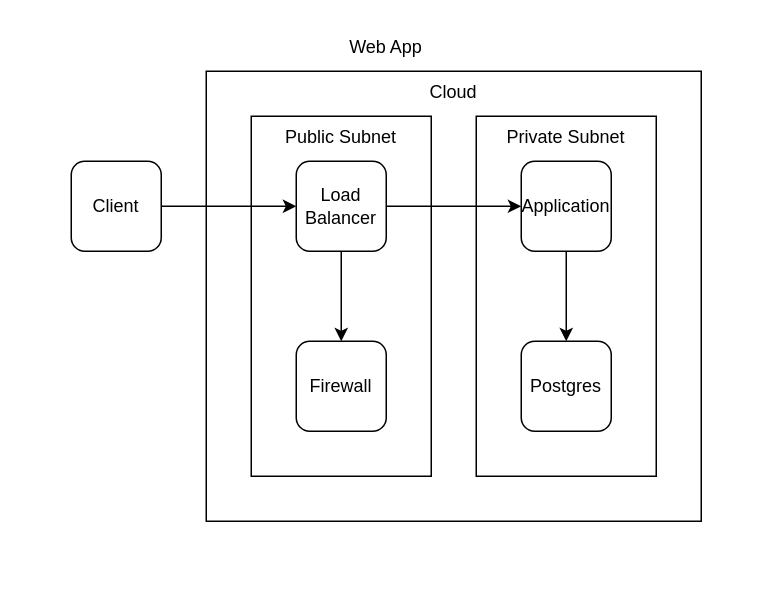
The draw.io diagram examples/web/1-shape/output/another-app.drawio in dinghydev/dinghy, before the edit. Source tidied: cells renumbered, new cells numbered last; positions are measured from the earlier drawing's top-left corner, leaving out a move shared by most shapes. Both pictures are drawn from the tidied source at 150%, with x=0, y=0 at pixel (26, 26).
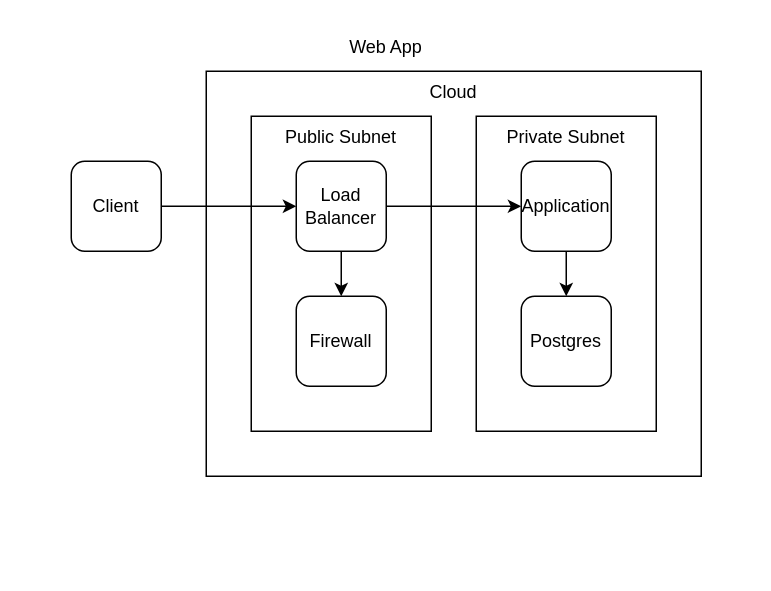
The same diagram, later.

The change refers to these unchanged cells:
```xml
<mxCell id="3" value="Client" style="rounded=1;whiteSpace=wrap;verticalAlign=middle;align=center;" parent="2" vertex="1">
  <mxGeometry x="30" y="90" width="60" height="60" as="geometry" />
</mxCell>
<mxCell id="6" value="Load Balancer" style="rounded=1;whiteSpace=wrap;verticalAlign=middle;align=center;" parent="5" vertex="1">
  <mxGeometry x="30" y="30" width="60" height="60" as="geometry" />
</mxCell>
<mxCell id="9" value="Application" style="rounded=1;whiteSpace=wrap;verticalAlign=middle;align=center;" parent="8" vertex="1">
  <mxGeometry x="30" y="30" width="60" height="60" as="geometry" />
</mxCell>
```

Change to the diagram source:
```diff
@@
     <mxCell id="2" value="Web App" style="align=center;strokeColor=none;verticalAlign=top;" parent="1" vertex="1">
-      <mxGeometry width="480" height="360" as="geometry" />
+      <mxGeometry width="480" height="330" as="geometry" />
     </mxCell>
@@
     <mxCell id="4" value="Cloud" style="align=center;spacingLeft=5;spacingRight=5;spacingBottom=5;verticalAlign=top;" parent="2" vertex="1">
-      <mxGeometry x="120" y="30" width="330" height="300" as="geometry" />
+      <mxGeometry x="120" y="30" width="330" height="270" as="geometry" />
     </mxCell>
     <mxCell id="5" value="Public Subnet" style="align=center;spacingLeft=5;spacingRight=5;spacingBottom=5;verticalAlign=top;" parent="4" vertex="1">
-      <mxGeometry x="30" y="30" width="120" height="240" as="geometry" />
+      <mxGeometry x="30" y="30" width="120" height="210" as="geometry" />
     </mxCell>
@@
     <mxCell id="7" value="Firewall" style="rounded=1;whiteSpace=wrap;verticalAlign=middle;align=center;" parent="5" vertex="1">
-      <mxGeometry x="30" y="150" width="60" height="60" as="geometry" />
+      <mxGeometry x="30" y="120" width="60" height="60" as="geometry" />
     </mxCell>
     <mxCell id="8" value="Private Subnet" style="align=center;spacingLeft=5;spacingRight=5;spacingBottom=5;verticalAlign=top;" parent="4" vertex="1">
-      <mxGeometry x="180" y="30" width="120" height="240" as="geometry" />
+      <mxGeometry x="180" y="30" width="120" height="210" as="geometry" />
     </mxCell>
@@
     <mxCell id="10" value="Postgres" style="rounded=1;whiteSpace=wrap;verticalAlign=middle;align=center;" parent="8" vertex="1">
-      <mxGeometry x="30" y="150" width="60" height="60" as="geometry" />
+      <mxGeometry x="30" y="120" width="60" height="60" as="geometry" />
     </mxCell>
-    <mxCell id="11" style="edgeStyle=orthogonalEdgeStyle;rounded=1;jettySize=auto;html=1;" parent="1" edge="1" source="3" target="6">
+    <mxCell id="11" style="rounded=1;jettySize=auto;html=1;edgeStyle=orthogonalEdgeStyle;" parent="1" edge="1" source="3" target="6">
       <mxGeometry relative="1" as="geometry">
         <Array as="points">
           <mxPoint x="135" y="120" />
           <mxPoint x="135" y="120" />
         </Array>
       </mxGeometry>
     </mxCell>
-    <mxCell id="12" style="edgeStyle=orthogonalEdgeStyle;rounded=1;jettySize=auto;html=1;" parent="1" edge="1" source="6" target="9">
+    <mxCell id="12" style="rounded=1;jettySize=auto;html=1;edgeStyle=orthogonalEdgeStyle;" parent="1" edge="1" source="6" target="9">
       <mxGeometry relative="1" as="geometry">
         <Array as="points">
           <mxPoint x="285" y="120" />
           <mxPoint x="285" y="120" />
         </Array>
       </mxGeometry>
     </mxCell>
-    <mxCell id="13" style="edgeStyle=orthogonalEdgeStyle;rounded=1;jettySize=auto;html=1;" parent="1" edge="1" source="6" target="7">
+    <mxCell id="13" style="rounded=1;jettySize=auto;html=1;edgeStyle=orthogonalEdgeStyle;" parent="1" edge="1" source="6" target="7">
       <mxGeometry relative="1" as="geometry">
         <Array as="points">
-          <mxPoint x="210" y="180" />
-          <mxPoint x="210" y="180" />
+          <mxPoint x="210" y="165" />
+          <mxPoint x="210" y="165" />
         </Array>
       </mxGeometry>
     </mxCell>
-    <mxCell id="14" style="edgeStyle=orthogonalEdgeStyle;rounded=1;jettySize=auto;html=1;" parent="1" edge="1" source="9" target="10">
+    <mxCell id="14" style="rounded=1;jettySize=auto;html=1;edgeStyle=orthogonalEdgeStyle;" parent="1" edge="1" source="9" target="10">
       <mxGeometry relative="1" as="geometry">
         <Array as="points">
-          <mxPoint x="360" y="180" />
-          <mxPoint x="360" y="180" />
+          <mxPoint x="360" y="165" />
+          <mxPoint x="360" y="165" />
         </Array>
       </mxGeometry>
     </mxCell>
```
